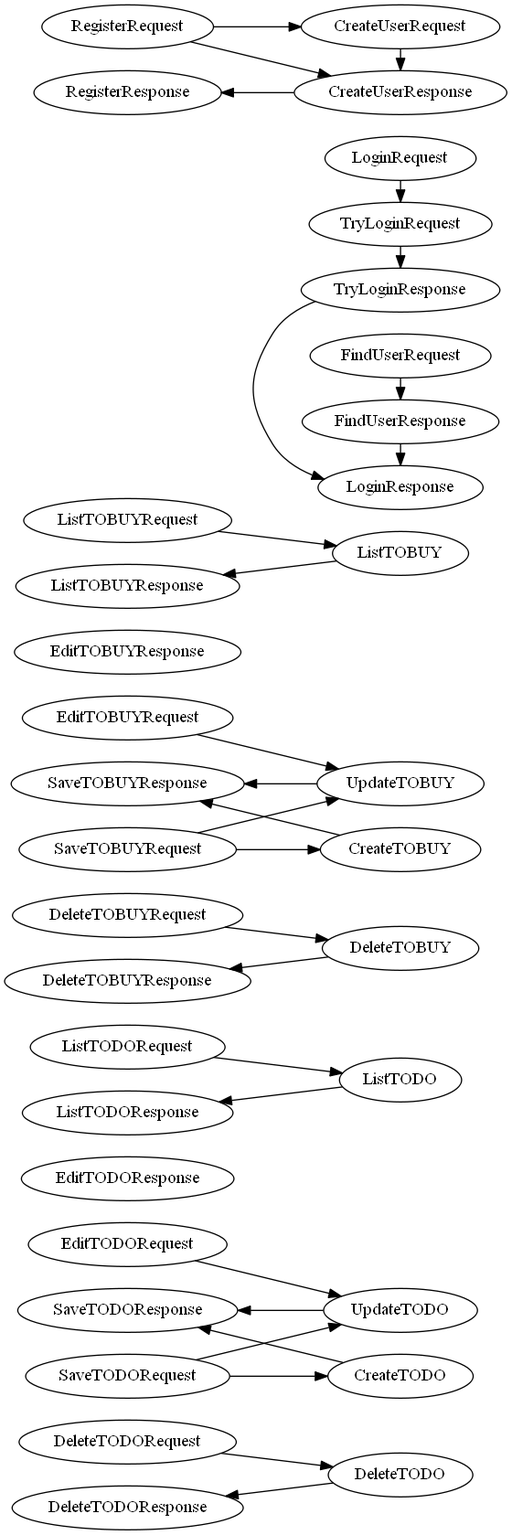
The Graphviz diagram DTO_routing.png in RouR/ToDo-ToBuy, before a commit. Its source is kept beside it as DTO_routing.dot.
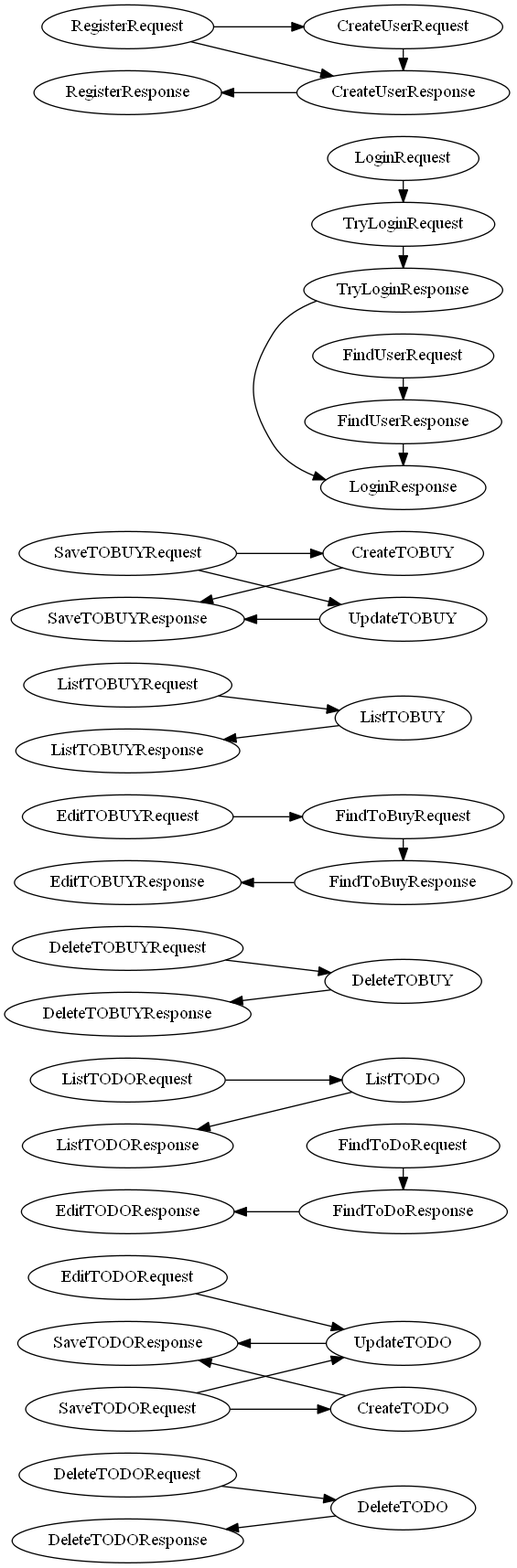
The same file after the commit.

Change to the diagram source:
```diff
@@ -104,6 +104,14 @@
 
 DTO_Internal_TODO_DeleteTODO[label="DeleteTODO"];
 
+/* DTO.Internal.TODO.FindToDoRequest */
+
+DTO_Internal_TODO_FindToDoRequest[label="FindToDoRequest"];
+
+/* DTO.Internal.TODO.FindToDoResponse */
+
+DTO_Internal_TODO_FindToDoResponse[label="FindToDoResponse"];
+
 /* DTO.Internal.TODO.ListTODO */
 
 DTO_Internal_TODO_ListTODO[label="ListTODO"];
@@ -119,6 +127,14 @@
 /* DTO.Internal.TOBUY.DeleteTOBUY */
 
 DTO_Internal_TOBUY_DeleteTOBUY[label="DeleteTOBUY"];
+
+/* DTO.Internal.TOBUY.FindToBuyRequest */
+
+DTO_Internal_TOBUY_FindToBuyRequest[label="FindToBuyRequest"];
+
+/* DTO.Internal.TOBUY.FindToBuyResponse */
+
+DTO_Internal_TOBUY_FindToBuyResponse[label="FindToBuyResponse"];
 
 /* DTO.Internal.TOBUY.ListTOBUY */
 
@@ -158,31 +174,7 @@
 
 
 
-subgraph c8b506e4f9c64d3d85a6d49877318467 {
-
-
-
-}
-
-
-
-
-
-
-
-subgraph _7b5b7b2be17849e3add1818e3d76e526 {
-
-
-
-}
-
-
-
-
-
-
-
-subgraph bbde6afa7b4646478b0ae0fc9b96bbcd {
+subgraph _3ab694f7f60f4c06a9fec6954500401c {
 
 
 
@@ -198,7 +190,23 @@
 
 
 
-subgraph _894869c31e7b45129414c661b474ed3e {
+subgraph a4dfc73ab8d946349b433566d396f5a4 {
+
+
+
+DTO_Internal_TODO_FindToDoRequest -> DTO_Internal_TODO_FindToDoResponse[color="black"];
+
+DTO_Internal_TODO_FindToDoResponse -> DTO_Public_TODO_EditTODOResponse[color="black"];
+
+}
+
+
+
+
+
+
+
+subgraph a455ab7ce8f74555b181a5c62fda37ae {
 
 
 
@@ -214,7 +222,7 @@
 
 
 
-subgraph ea37d64ccd7b479c890aca0610af6eee {
+subgraph c0778b9db68a407385e9d78878342a47 {
 
 
 
@@ -236,7 +244,27 @@
 
 
 
-subgraph _623e078f0e08468fa71a4a952d49a56f {
+subgraph _373801ca74ec49eba1d6791ecd667a58 {
+
+
+
+DTO_Public_TOBUY_SaveTOBUYRequest -> DTO_Internal_TOBUY_CreateTOBUY[color="black"];
+
+DTO_Internal_TOBUY_CreateTOBUY -> DTO_Public_TOBUY_SaveTOBUYResponse[color="black"];
+
+DTO_Public_TOBUY_SaveTOBUYRequest -> DTO_Internal_TOBUY_UpdateTOBUY[color="black"];
+
+DTO_Internal_TOBUY_UpdateTOBUY -> DTO_Public_TOBUY_SaveTOBUYResponse[color="black"];
+
+}
+
+
+
+
+
+
+
+subgraph eb1d25e0f36e43a386fe55680b57b6dc {
 
 
 
@@ -252,7 +280,25 @@
 
 
 
-subgraph _01245c972ca841ab9901b1103801012c {
+subgraph _8fdef5eec9634f5f9c2f50fbfe26fd3e {
+
+
+
+DTO_Public_TOBUY_EditTOBUYRequest -> DTO_Internal_TOBUY_FindToBuyRequest[color="black"];
+
+DTO_Internal_TOBUY_FindToBuyRequest -> DTO_Internal_TOBUY_FindToBuyResponse[color="black"];
+
+DTO_Internal_TOBUY_FindToBuyResponse -> DTO_Public_TOBUY_EditTOBUYResponse[color="black"];
+
+}
+
+
+
+
+
+
+
+subgraph b0a9f377073b4a57965cec9242c58853 {
 
 
 
@@ -268,29 +314,7 @@
 
 
 
-subgraph fde424e1d2da440abf705f8b07cbd291 {
-
-
-
-DTO_Public_TOBUY_SaveTOBUYRequest -> DTO_Internal_TOBUY_CreateTOBUY[color="black"];
-
-DTO_Internal_TOBUY_CreateTOBUY -> DTO_Public_TOBUY_SaveTOBUYResponse[color="black"];
-
-DTO_Public_TOBUY_EditTOBUYRequest -> DTO_Internal_TOBUY_UpdateTOBUY[color="black"];
-
-DTO_Public_TOBUY_SaveTOBUYRequest -> DTO_Internal_TOBUY_UpdateTOBUY[color="black"];
-
-DTO_Internal_TOBUY_UpdateTOBUY -> DTO_Public_TOBUY_SaveTOBUYResponse[color="black"];
-
-}
-
-
-
-
-
-
-
-subgraph _4b09e5eb421346479d27a0d579ec0b34 {
+subgraph de6d3fc3ffe145cdbfb51f6471710b0e {
 
 
 
@@ -310,7 +334,7 @@
 
 
 
-subgraph _61891da6393d453aa6d9656c27d566b5 {
+subgraph _0b409f848f27403897c25669f8a2af8a {
 
 
 
@@ -335,7 +359,7 @@
 
 {/* ServiceName ToDo*/ rank=same;DTO_Internal_TODO_CreateTODO, DTO_Internal_TODO_DeleteTODO, DTO_Internal_TODO_ListTODO, DTO_Internal_TODO_UpdateTODO}
 
-{/* ServiceName ToBuy*/ rank=same;DTO_Internal_TOBUY_CreateTOBUY, DTO_Internal_TOBUY_DeleteTOBUY, DTO_Internal_TOBUY_ListTOBUY, DTO_Internal_TOBUY_UpdateTOBUY}
+{/* ServiceName ToBuy*/ rank=same;DTO_Internal_TODO_FindToDoRequest, DTO_Internal_TODO_FindToDoResponse, DTO_Internal_TOBUY_CreateTOBUY, DTO_Internal_TOBUY_DeleteTOBUY, DTO_Internal_TOBUY_FindToBuyRequest, DTO_Internal_TOBUY_FindToBuyResponse, DTO_Internal_TOBUY_ListTOBUY, DTO_Internal_TOBUY_UpdateTOBUY}
 
 
 
```
